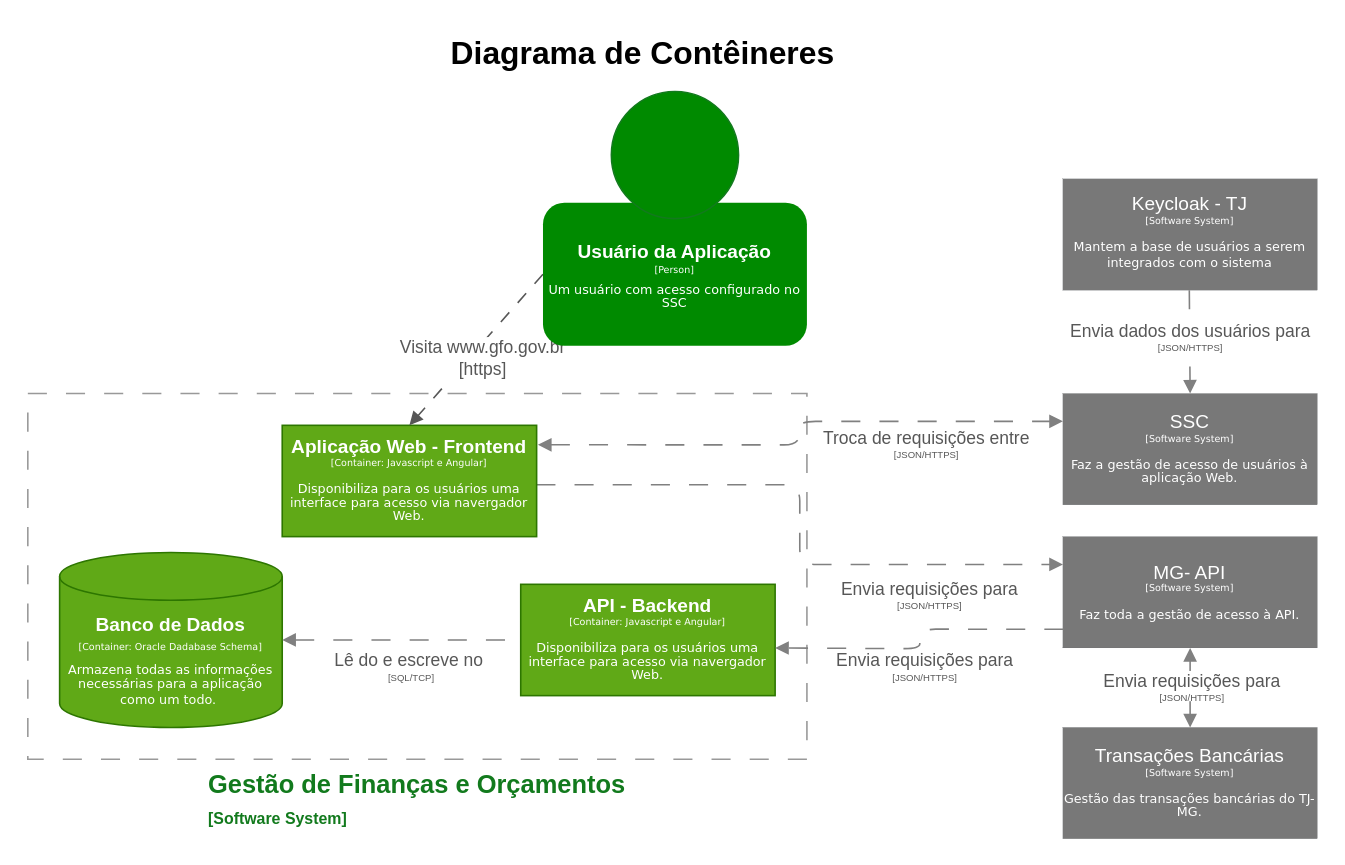
Earlier version of the draw.io diagram drawio/Diagrama Context v1.drawio (vitorecdias/drawio). Source tidied: cells renumbered, new cells numbered last; positions are measured from the earlier drawing's top-left corner, leaving out a move shared by most shapes. Both pictures are drawn from the tidied source at 159%, with x=0, y=0 at pixel (27, 27).
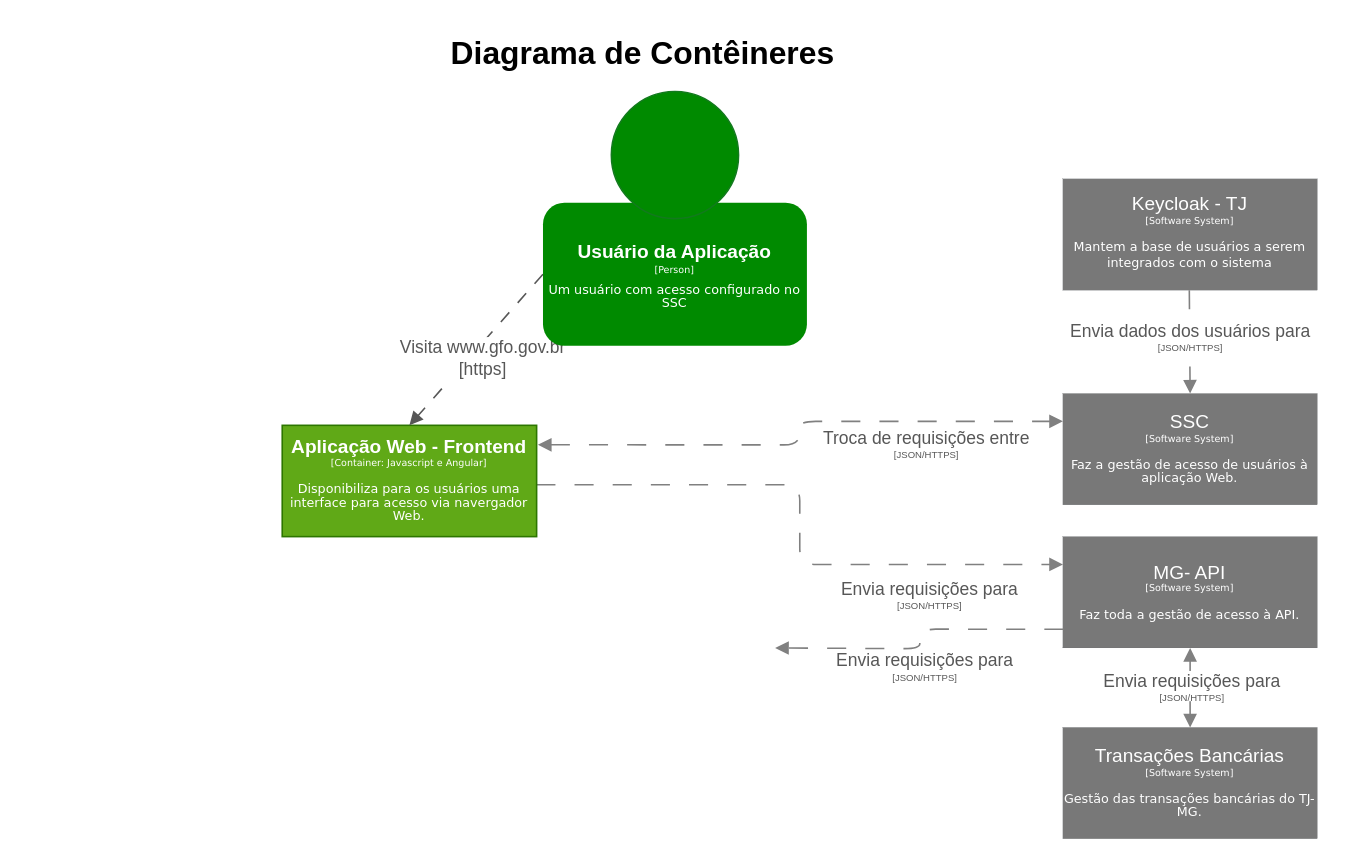
Above is the later version.

Change to the diagram source:
```diff
@@
-    <mxCell id="3" value="&lt;font style=&quot;color: rgb(18, 122, 29);&quot;&gt;Gestão de Finanças e Orçamentos&lt;br&gt;&lt;/font&gt;&lt;div style=&quot;text-align: left;&quot;&gt;&lt;span style=&quot;font-size: 10px; background-color: transparent;&quot;&gt;&lt;font style=&quot;color: rgb(18, 122, 29);&quot;&gt;[Software System]&lt;/font&gt;&lt;/span&gt;&lt;/div&gt;" style="rounded=0;whiteSpace=wrap;html=1;imageVerticalAlign=middle;labelPosition=center;verticalLabelPosition=bottom;align=center;verticalAlign=top;fontSize=16;fontStyle=1;fillColor=none;dashed=1;dashPattern=12 12;strokeColor=#999999;" parent="1" vertex="1">
-      <mxGeometry y="230" width="490" height="230" as="geometry" />
-    </mxCell>
@@
-    <mxCell id="7" value="&lt;div style=&quot;line-height: 70%;&quot;&gt;&lt;b&gt;API - Backend&lt;/b&gt;&lt;br&gt;&lt;div&gt;&lt;font face=&quot;Verdana&quot; style=&quot;font-size: 6px; line-height: 70%;&quot;&gt;[Container: Javascript e Angular]&lt;/font&gt;&lt;/div&gt;&lt;div&gt;&lt;font face=&quot;Verdana&quot; style=&quot;font-size: 6px; line-height: 70%;&quot;&gt;&lt;br&gt;&lt;/font&gt;&lt;/div&gt;&lt;div&gt;&lt;font face=&quot;Verdana&quot; style=&quot;line-height: 70%; font-size: 8px;&quot;&gt;Disponibiliza para os usuários uma interface para acesso via navergador Web.&lt;/font&gt;&lt;/div&gt;&lt;/div&gt;" style="rounded=0;whiteSpace=wrap;html=1;fillColor=#60a917;fontColor=#ffffff;strokeColor=#2D7600;" parent="1" vertex="1">
-      <mxGeometry x="310" y="350" width="160" height="70" as="geometry" />
-    </mxCell>
@@
-    <mxCell id="14" value="&lt;font style=&quot;line-height: 80%;&quot; face=&quot;Helvetica&quot;&gt;&lt;b&gt;Banco de Dados&lt;/b&gt;&lt;/font&gt;&lt;div style=&quot;line-height: 80%;&quot;&gt;&lt;font style=&quot;font-size: 6px; line-height: 80%;&quot; face=&quot;Verdana&quot;&gt;[Container: Oracle Dadabase Schema]&lt;/font&gt;&lt;/div&gt;&lt;div style=&quot;line-height: 40%;&quot;&gt;&lt;font style=&quot;font-size: 6px; line-height: 40%;&quot; face=&quot;Verdana&quot;&gt;&lt;br&gt;&lt;/font&gt;&lt;/div&gt;&lt;div style=&quot;line-height: 80%;&quot;&gt;&lt;font face=&quot;Verdana&quot; style=&quot;font-size: 8px; line-height: 80%;&quot;&gt;Armazena todas as informações necessárias para a aplicação como um todo.&amp;nbsp;&lt;/font&gt;&lt;/div&gt;" style="shape=cylinder3;whiteSpace=wrap;html=1;boundedLbl=1;backgroundOutline=1;size=15;fontColor=#ffffff;fillColor=#60a917;strokeColor=#2D7600;" parent="1" vertex="1">
-      <mxGeometry x="20" y="330" width="140" height="110" as="geometry" />
-    </mxCell>
@@
-    <mxCell id="21" style="edgeStyle=orthogonalEdgeStyle;rounded=1;jettySize=auto;html=1;curved=0;strokeColor=light-dark(#808080, #ededed);dashed=1;dashPattern=12 12;entryX=0;entryY=0.5;entryDx=0;entryDy=0;exitX=1;exitY=0.5;exitDx=0;exitDy=0;endArrow=none;endFill=1;startArrow=block;startFill=1;exitPerimeter=0;" parent="1" edge="1" source="14" target="7">
-      <mxGeometry relative="1" as="geometry" />
-    </mxCell>
-    <mxCell id="22" value="&lt;font style=&quot;color: rgb(87, 87, 87); line-height: 50%;&quot;&gt;Lê do e escreve no&amp;nbsp;&lt;/font&gt;&lt;div style=&quot;line-height: 50%;&quot;&gt;&lt;font style=&quot;font-size: 6px; color: rgb(87, 87, 87); line-height: 50%;&quot;&gt;[SQL/TCP]&lt;/font&gt;&lt;/div&gt;" style="edgeLabel;html=1;align=center;verticalAlign=middle;" parent="21" vertex="1">
-      <mxGeometry x="-0.14" relative="1" as="geometry">
-        <mxPoint x="15" y="15" as="offset" />
-      </mxGeometry>
-    </mxCell>
```
